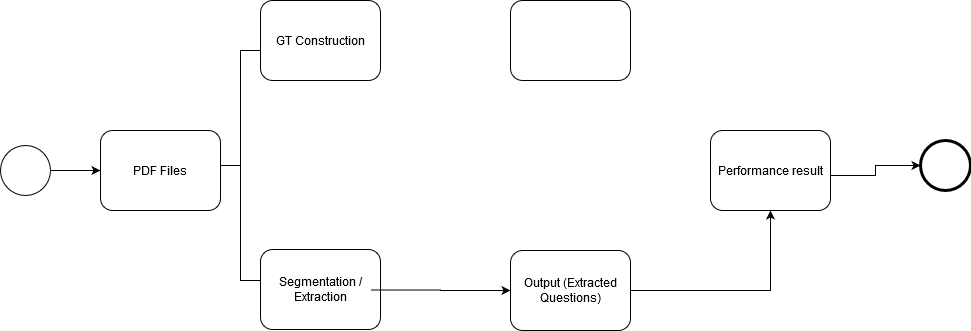
Earlier version of the draw.io export Untitled Diagram.png (karinawie/process-diagram). Source tidied: cells renumbered, new cells last; positions are measured from the earlier drawing's top-left corner, leaving out a move shared by most shapes.
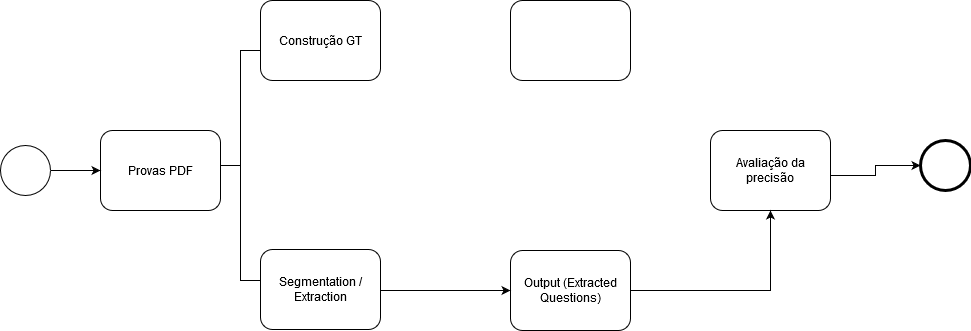
Later version of the same file.

The edit, as a diff of the source:
```diff
@@ -5,10 +5,10 @@
     <mxCell id="2" style="shape=mxgraph.bpmn.shape;html=1;verticalLabelPosition=bottom;labelBackgroundColor=#ffffff;verticalAlign=top;perimeter=ellipsePerimeter;outline=standard;symbol=general;" parent="1" vertex="1">
       <mxGeometry y="145" width="50" height="50" as="geometry" />
     </mxCell>
-    <mxCell id="3" value="PDF Files" style="shape=ext;rounded=1;html=1;whiteSpace=wrap;" parent="1" vertex="1">
+    <mxCell id="3" value="Provas PDF" style="shape=ext;rounded=1;html=1;whiteSpace=wrap;" parent="1" vertex="1">
       <mxGeometry x="100" y="130" width="120" height="80" as="geometry" />
     </mxCell>
-    <mxCell id="4" value="Performance result" style="html=1;whiteSpace=wrap;rounded=1;" parent="1" vertex="1">
+    <mxCell id="4" value="Avaliação da precisão" style="html=1;whiteSpace=wrap;rounded=1;" parent="1" vertex="1">
       <mxGeometry x="710" y="130" width="120" height="80" as="geometry" />
     </mxCell>
     <mxCell id="5" style="shape=mxgraph.bpmn.shape;html=1;verticalLabelPosition=bottom;labelBackgroundColor=#ffffff;verticalAlign=top;perimeter=ellipsePerimeter;outline=end;symbol=general;" parent="1" vertex="1">
@@ -35,7 +35,7 @@
     <mxCell id="10" style="html=1;whiteSpace=wrap;rounded=1;" parent="1" vertex="1">
       <mxGeometry x="510" width="120" height="80" as="geometry" />
     </mxCell>
-    <mxCell id="11" value="GT Construction" style="html=1;whiteSpace=wrap;rounded=1;" parent="1" vertex="1">
+    <mxCell id="11" value="Construção GT" style="html=1;whiteSpace=wrap;rounded=1;" parent="1" vertex="1">
       <mxGeometry x="260" width="120" height="80" as="geometry" />
     </mxCell>
     <mxCell id="12" value="&lt;div&gt;Segmentation / Extraction&lt;/div&gt;" style="shape=ext;rounded=1;html=1;whiteSpace=wrap;" parent="1" vertex="1">
@@ -43,7 +43,7 @@
     </mxCell>
     <mxCell id="13" style="edgeStyle=orthogonalEdgeStyle;rounded=0;html=1;jettySize=auto;entryX=0;entryY=0.5;entryDx=0;entryDy=0;" parent="1" edge="1" target="9">
       <mxGeometry relative="1" as="geometry">
-        <mxPoint x="370" y="289.5" as="sourcePoint" />
+        <mxPoint x="380" y="290" as="sourcePoint" />
       </mxGeometry>
     </mxCell>
     <mxCell id="14" style="html=1;shape=mxgraph.flowchart.annotation_2;align=left;labelPosition=right;" parent="1" vertex="1">
```
